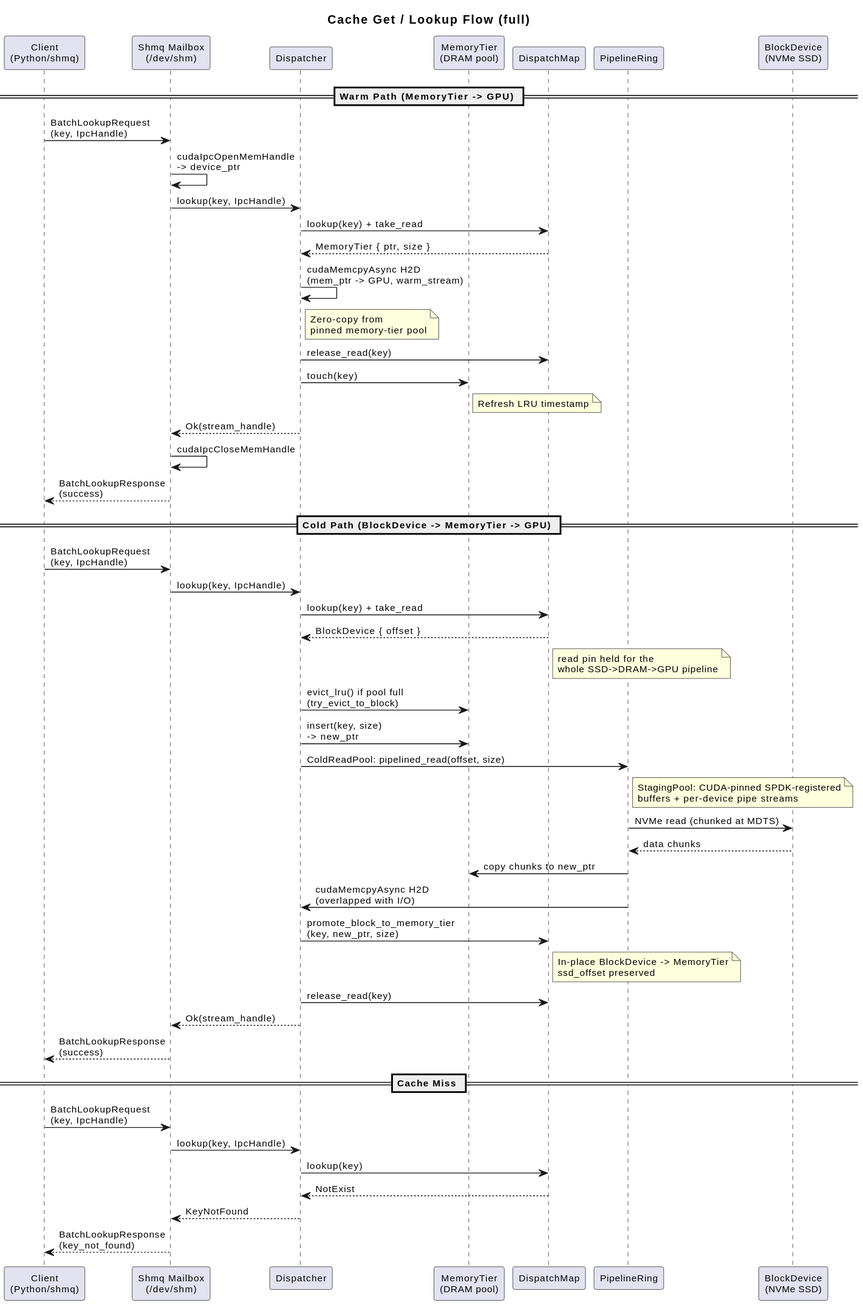
AI-native-Systems-Research/ai-native-storage-certus keeps this PlantUML diagram as design/profiles/full/design-spec-hit-flow.svg. Above is the earlier version.
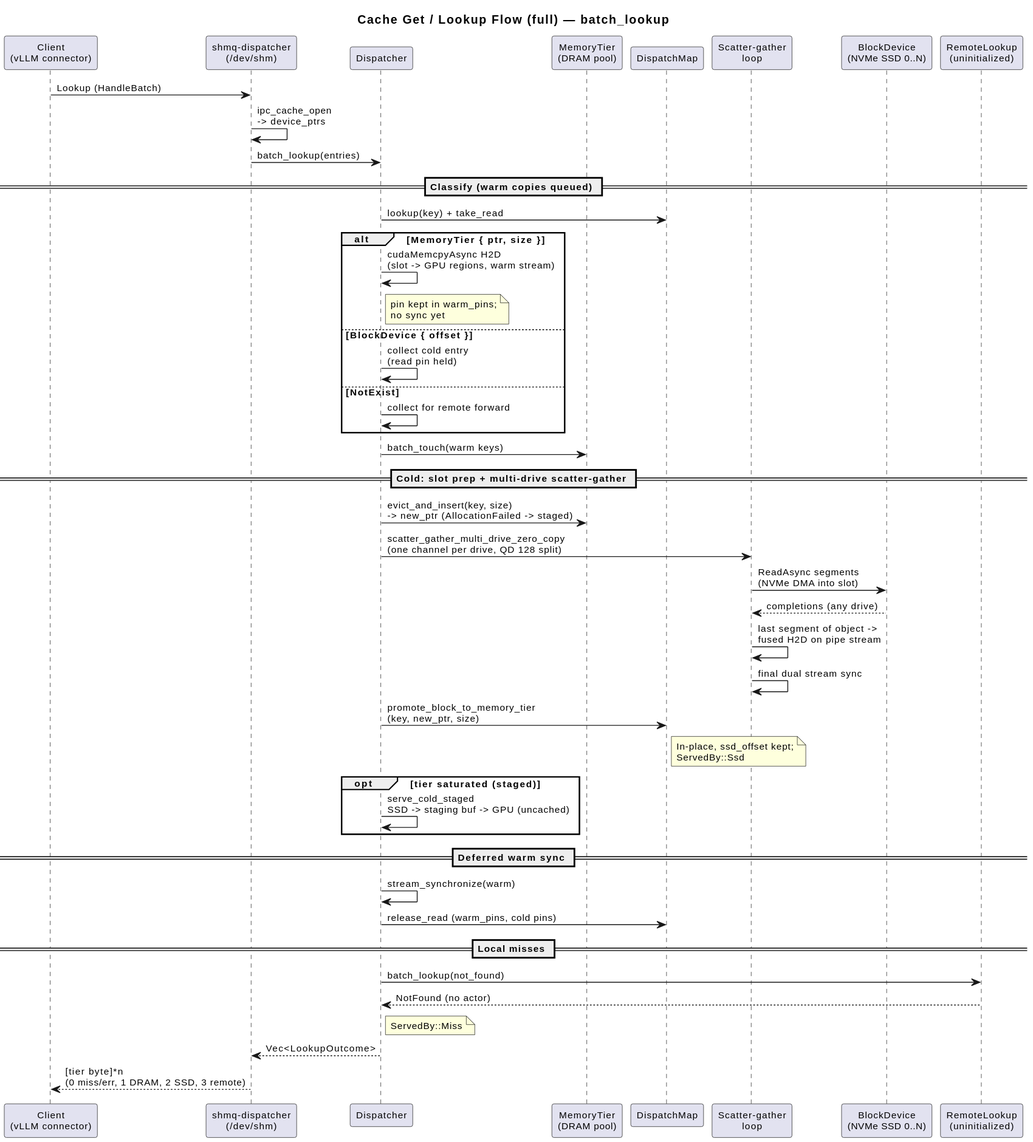
After the change.

Change to the diagram source:
```diff
@@ -2,71 +2,60 @@
 skinparam shadowing false
 skinparam defaultFontSize 11
 
-title Cache Get / Lookup Flow (full)
+title Cache Get / Lookup Flow (full) — batch_lookup
 
-participant "Client\n(Python/shmq)" as client
-participant "Shmq Mailbox\n(/dev/shm)" as shmq
+participant "Client\n(vLLM connector)" as client
+participant "shmq-dispatcher\n(/dev/shm)" as shmq
 participant "Dispatcher" as disp
 participant "MemoryTier\n(DRAM pool)" as mt
 participant "DispatchMap" as dm
-participant "PipelineRing" as pr
-participant "BlockDevice\n(NVMe SSD)" as ssd
+participant "Scatter-gather\nloop" as sg
+participant "BlockDevice\n(NVMe SSD 0..N)" as ssd
+participant "RemoteLookup\n(uninitialized)" as rl
 
-== Warm Path (MemoryTier -> GPU) ==
+client -> shmq: Lookup (HandleBatch)
+shmq -> shmq: ipc_cache_open\n-> device_ptrs
+shmq -> disp: batch_lookup(entries)
 
-client -> shmq: BatchLookupRequest\n(key, IpcHandle)
-shmq -> shmq: cudaIpcOpenMemHandle\n-> device_ptr
-shmq -> disp: lookup(key, IpcHandle)
+== Classify (warm copies queued) ==
 
 disp -> dm: lookup(key) + take_read
-dm --> disp: MemoryTier { ptr, size }
+alt MemoryTier { ptr, size }
+  disp -> disp: cudaMemcpyAsync H2D\n(slot -> GPU regions, warm stream)
+  note right of disp: pin kept in warm_pins;\nno sync yet
+else BlockDevice { offset }
+  disp -> disp: collect cold entry\n(read pin held)
+else NotExist
+  disp -> disp: collect for remote forward
+end
+disp -> mt: batch_touch(warm keys)
 
-disp -> disp: cudaMemcpyAsync H2D\n(mem_ptr -> GPU, warm_stream)
-note right of disp: Zero-copy from\npinned memory-tier pool
+== Cold: slot prep + multi-drive scatter-gather ==
 
-disp -> dm: release_read(key)
-disp -> mt: touch(key)
-note right of mt: Refresh LRU timestamp
+disp -> mt: evict_and_insert(key, size)\n-> new_ptr (AllocationFailed -> staged)
+disp -> sg: scatter_gather_multi_drive_zero_copy\n(one channel per drive, QD 128 split)
+sg -> ssd: ReadAsync segments\n(NVMe DMA into slot)
+ssd --> sg: completions (any drive)
+sg -> sg: last segment of object ->\nfused H2D on pipe stream
+sg -> sg: final dual stream sync
+disp -> dm: promote_block_to_memory_tier\n(key, new_ptr, size)
+note right of dm: In-place, ssd_offset kept;\nServedBy::Ssd
 
-disp --> shmq: Ok(stream_handle)
-shmq -> shmq: cudaIpcCloseMemHandle
-shmq --> client: BatchLookupResponse\n(success)
+opt tier saturated (staged)
+  disp -> disp: serve_cold_staged\nSSD -> staging buf -> GPU (uncached)
+end
 
-== Cold Path (BlockDevice -> MemoryTier -> GPU) ==
+== Deferred warm sync ==
 
-client -> shmq: BatchLookupRequest\n(key, IpcHandle)
-shmq -> disp: lookup(key, IpcHandle)
+disp -> disp: stream_synchronize(warm)
+disp -> dm: release_read (warm_pins, cold pins)
 
-disp -> dm: lookup(key) + take_read
-dm --> disp: BlockDevice { offset }
-note right of dm: read pin held for the\nwhole SSD->DRAM->GPU pipeline
+== Local misses ==
 
-disp -> mt: evict_lru() if pool full\n(try_evict_to_block)
-disp -> mt: insert(key, size)\n-> new_ptr
+disp -> rl: batch_lookup(not_found)
+rl --> disp: NotFound (no actor)
+note right of disp: ServedBy::Miss
 
-disp -> pr: ColdReadPool: pipelined_read(offset, size)
-note right of pr: StagingPool: CUDA-pinned SPDK-registered\nbuffers + per-device pipe streams
-pr -> ssd: NVMe read (chunked at MDTS)
-ssd --> pr: data chunks
-pr -> mt: copy chunks to new_ptr
-pr -> disp: cudaMemcpyAsync H2D\n(overlapped with I/O)
-
-disp -> dm: promote_block_to_memory_tier\n(key, new_ptr, size)
-note right of dm: In-place BlockDevice -> MemoryTier\nssd_offset preserved
-
-disp -> dm: release_read(key)
-
-disp --> shmq: Ok(stream_handle)
-shmq --> client: BatchLookupResponse\n(success)
-
-== Cache Miss ==
-
-client -> shmq: BatchLookupRequest\n(key, IpcHandle)
-shmq -> disp: lookup(key, IpcHandle)
-
-disp -> dm: lookup(key)
-dm --> disp: NotExist
-
-disp --> shmq: KeyNotFound
-shmq --> client: BatchLookupResponse\n(key_not_found)
+disp --> shmq: Vec<LookupOutcome>
+shmq --> client: [tier byte]*n\n(0 miss/err, 1 DRAM, 2 SSD, 3 remote)
 @enduml
```
